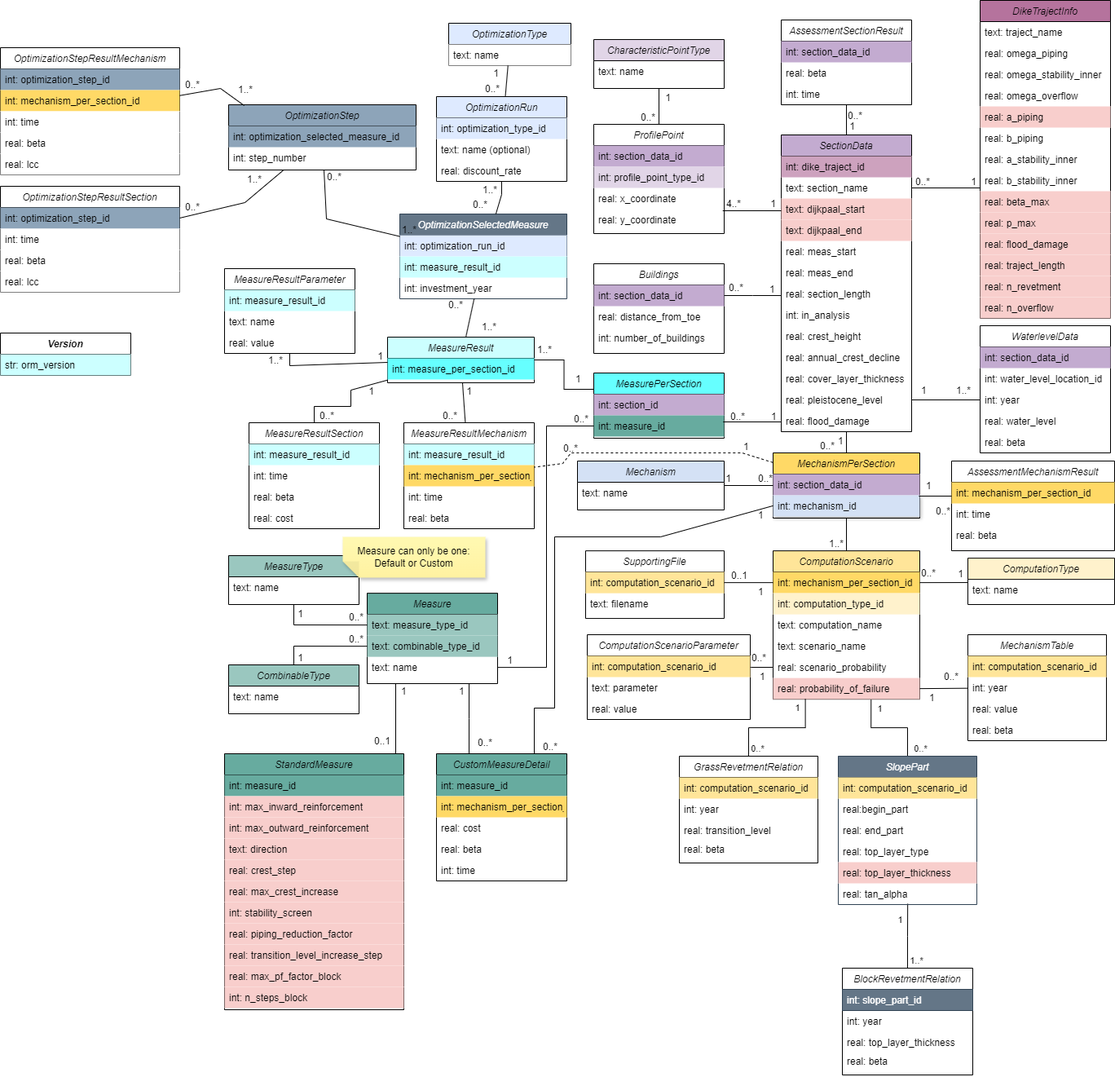
Earlier version of the draw.io export docs/db_diagram/vrtool_sql_input.drawio.png (Deltares/Veiligheidsrendement). Source tidied: cells renumbered, new cells last; positions are measured from the earlier drawing's top-left corner, leaving out a move shared by most shapes.
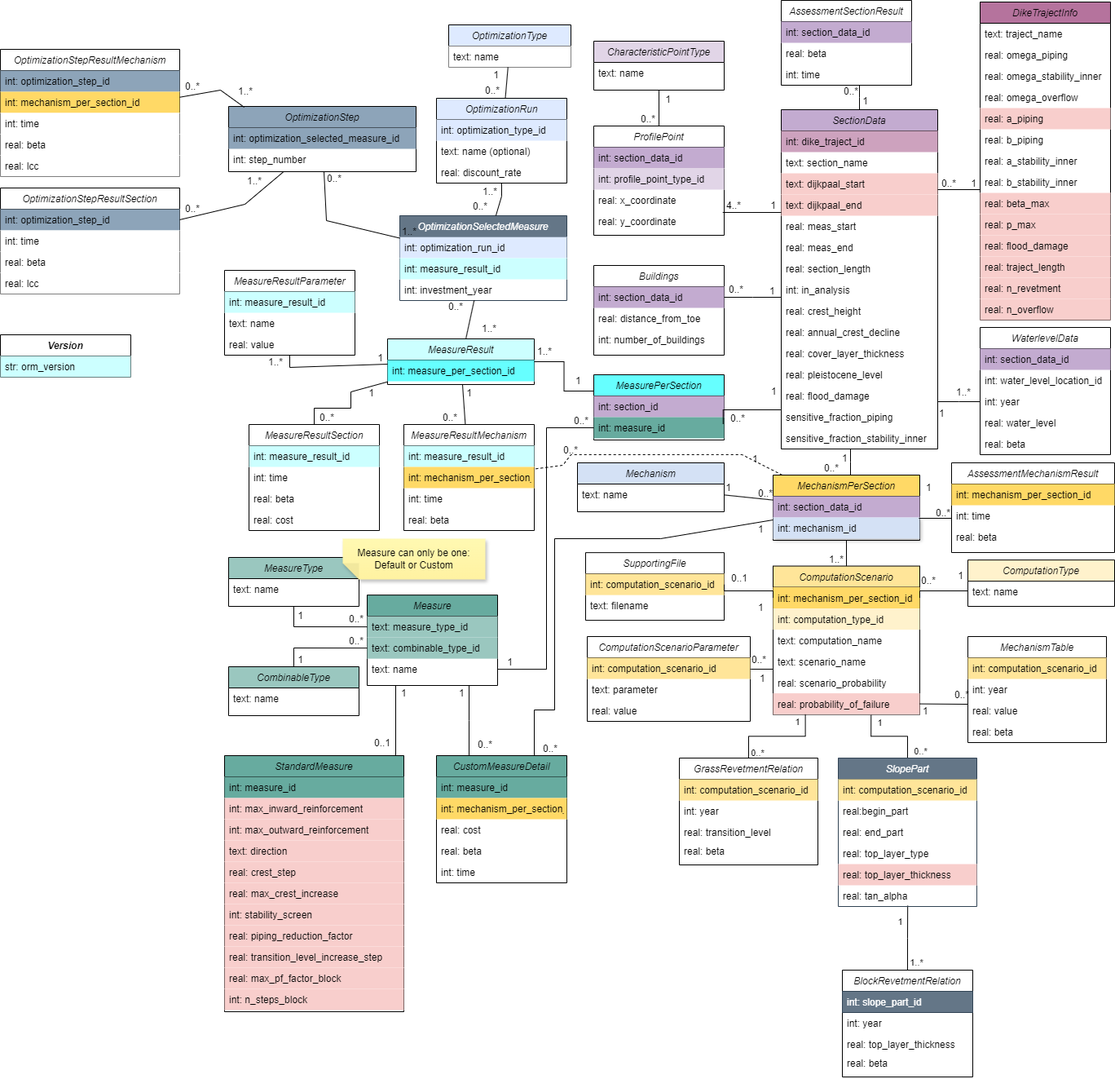
Above is the later version.

Commit message:
docs: updated migrated diagram

Diff of the diagram source:
```diff
@@ -3,47 +3,53 @@
     <mxCell id="0" />
     <mxCell id="1" parent="0" />
     <mxCell id="2" value="SectionData" style="swimlane;fontStyle=2;align=center;verticalAlign=top;horizontal=1;startSize=26;rounded=0;shadow=0;strokeWidth=1;fillColor=#C3ABD0;" parent="1" vertex="1">
-      <mxGeometry x="958" y="165" width="160" height="364" as="geometry" />
+      <mxGeometry x="958" y="132" width="192" height="416" as="geometry" />
     </mxCell>
     <mxCell id="3" value="int: dike_traject_id" style="text;align=left;verticalAlign=top;spacingLeft=4;spacingRight=4;overflow=hidden;fillColor=#CDA2BE;" parent="2" vertex="1">
-      <mxGeometry y="26" width="160" height="26" as="geometry" />
+      <mxGeometry y="26" width="192" height="26" as="geometry" />
     </mxCell>
     <mxCell id="4" value="text: section_name" style="text;align=left;verticalAlign=top;spacingLeft=4;spacingRight=4;overflow=hidden;rounded=0;shadow=0;html=0;" parent="2" vertex="1">
-      <mxGeometry y="52" width="160" height="26" as="geometry" />
+      <mxGeometry y="52" width="192" height="26" as="geometry" />
     </mxCell>
     <mxCell id="5" value="text: dijkpaal_start" style="text;align=left;verticalAlign=top;spacingLeft=4;spacingRight=4;overflow=hidden;rounded=0;shadow=0;html=0;fillColor=#F8CECC;" parent="2" vertex="1">
-      <mxGeometry y="78" width="160" height="26" as="geometry" />
+      <mxGeometry y="78" width="192" height="26" as="geometry" />
     </mxCell>
     <mxCell id="6" value="text: dijkpaal_end" style="text;align=left;verticalAlign=top;spacingLeft=4;spacingRight=4;overflow=hidden;rounded=0;shadow=0;html=0;fillColor=#F8CECC;" parent="2" vertex="1">
-      <mxGeometry y="104" width="160" height="26" as="geometry" />
+      <mxGeometry y="104" width="192" height="26" as="geometry" />
     </mxCell>
     <mxCell id="7" value="real: meas_start" style="text;align=left;verticalAlign=top;spacingLeft=4;spacingRight=4;overflow=hidden;rounded=0;shadow=0;html=0;" parent="2" vertex="1">
-      <mxGeometry y="130" width="160" height="26" as="geometry" />
+      <mxGeometry y="130" width="192" height="26" as="geometry" />
     </mxCell>
     <mxCell id="8" value="real: meas_end" style="text;align=left;verticalAlign=top;spacingLeft=4;spacingRight=4;overflow=hidden;rounded=0;shadow=0;html=0;" parent="2" vertex="1">
-      <mxGeometry y="156" width="160" height="26" as="geometry" />
+      <mxGeometry y="156" width="192" height="26" as="geometry" />
     </mxCell>
     <mxCell id="9" value="real: section_length" style="text;align=left;verticalAlign=top;spacingLeft=4;spacingRight=4;overflow=hidden;rounded=0;shadow=0;html=0;" parent="2" vertex="1">
-      <mxGeometry y="182" width="160" height="26" as="geometry" />
+      <mxGeometry y="182" width="192" height="26" as="geometry" />
     </mxCell>
     <mxCell id="10" value="int: in_analysis" style="text;align=left;verticalAlign=top;spacingLeft=4;spacingRight=4;overflow=hidden;rounded=0;shadow=0;html=0;" parent="2" vertex="1">
-      <mxGeometry y="208" width="160" height="26" as="geometry" />
+      <mxGeometry y="208" width="192" height="26" as="geometry" />
     </mxCell>
     <mxCell id="11" value="real: crest_height" style="text;align=left;verticalAlign=top;spacingLeft=4;spacingRight=4;overflow=hidden;rounded=0;shadow=0;html=0;" parent="2" vertex="1">
-      <mxGeometry y="234" width="160" height="26" as="geometry" />
+      <mxGeometry y="234" width="192" height="26" as="geometry" />
     </mxCell>
     <mxCell id="12" value="real: annual_crest_decline" style="text;align=left;verticalAlign=top;spacingLeft=4;spacingRight=4;overflow=hidden;rounded=0;shadow=0;html=0;" parent="2" vertex="1">
-      <mxGeometry y="260" width="160" height="26" as="geometry" />
+      <mxGeometry y="260" width="192" height="26" as="geometry" />
     </mxCell>
     <mxCell id="13" value="real: cover_layer_thickness" style="text;align=left;verticalAlign=top;spacingLeft=4;spacingRight=4;overflow=hidden;rounded=0;shadow=0;html=0;" parent="2" vertex="1">
-      <mxGeometry y="286" width="160" height="26" as="geometry" />
+      <mxGeometry y="286" width="192" height="26" as="geometry" />
     </mxCell>
     <mxCell id="14" value="real: pleistocene_level" style="text;align=left;verticalAlign=top;spacingLeft=4;spacingRight=4;overflow=hidden;rounded=0;shadow=0;html=0;" parent="2" vertex="1">
-      <mxGeometry y="312" width="160" height="26" as="geometry" />
+      <mxGeometry y="312" width="192" height="26" as="geometry" />
     </mxCell>
     <mxCell id="15" value="real: flood_damage" style="text;align=left;verticalAlign=top;spacingLeft=4;spacingRight=4;overflow=hidden;points=[[0,0.5],[1,0.5]];portConstraint=eastwest;rounded=0;shadow=0;html=0;" parent="2" vertex="1">
-      <mxGeometry y="338" width="160" height="26" as="geometry" />
+      <mxGeometry y="338" width="192" height="26" as="geometry" />
     </mxCell>
+    <mxCell id="276" value="sensitive_fraction_piping" style="text;align=left;verticalAlign=top;spacingLeft=4;spacingRight=4;overflow=hidden;rounded=0;shadow=0;html=0;" parent="2" vertex="1">
+      <mxGeometry y="364" width="192" height="26" as="geometry" />
+    </mxCell>
+    <mxCell id="277" value="sensitive_fraction_stability_inner" style="text;align=left;verticalAlign=top;spacingLeft=4;spacingRight=4;overflow=hidden;rounded=0;shadow=0;html=0;" parent="2" vertex="1">
+      <mxGeometry y="390" width="192" height="26" as="geometry" />
+    </mxCell>
     <mxCell id="16" value="Buildings" style="swimlane;fontStyle=2;align=center;verticalAlign=top;horizontal=1;startSize=26;rounded=0;shadow=0;strokeWidth=1;" parent="1" vertex="1">
       <mxGeometry x="728" y="323" width="160" height="110" as="geometry" />
     </mxCell>
@@ -99,7 +105,7 @@
       <mxGeometry y="104" width="170" height="26" as="geometry" />
     </mxCell>
     <mxCell id="34" value="MechanismPerSection" style="swimlane;fontStyle=2;align=center;verticalAlign=top;horizontal=1;startSize=26;rounded=0;shadow=0;strokeWidth=1;fillColor=#FFD966;" parent="1" vertex="1">
-      <mxGeometry x="948" y="555" width="180" height="80" as="geometry" />
+      <mxGeometry x="948" y="580" width="180" height="80" as="geometry" />
     </mxCell>
     <mxCell id="35" value="int: section_data_id" style="text;align=left;verticalAlign=top;spacingLeft=4;spacingRight=4;overflow=hidden;points=[[0,0.5],[1,0.5]];portConstraint=eastwest;fillColor=#C3ABD0;" parent="34" vertex="1">
       <mxGeometry y="26" width="180" height="26" as="geometry" />
@@ -150,7 +156,7 @@
       <mxGeometry relative="1" as="geometry" />
     </mxCell>
     <mxCell id="51" value="ComputationScenario" style="swimlane;fontStyle=2;align=center;verticalAlign=top;horizontal=1;startSize=26;rounded=0;shadow=0;strokeWidth=1;fillColor=#FFE599;" parent="1" vertex="1">
-      <mxGeometry x="948" y="675.1" width="180" height="182" as="geometry" />
+      <mxGeometry x="948" y="691.6" width="180" height="182" as="geometry" />
     </mxCell>
     <mxCell id="52" value="int: mechanism_per_section_id" style="text;align=left;verticalAlign=top;spacingLeft=4;spacingRight=4;overflow=hidden;points=[[0,0.5],[1,0.5]];portConstraint=eastwest;rounded=0;shadow=0;html=0;fillColor=#FFD966;" parent="51" vertex="1">
       <mxGeometry y="26" width="180" height="26" as="geometry" />
@@ -201,7 +207,7 @@
     </mxCell>
     <mxCell id="65" value="1" style="html=1;whiteSpace=wrap;align=left;verticalAlign=bottom;" parent="64" vertex="1">
       <mxGeometry x="-1" relative="1" as="geometry">
-        <mxPoint x="90" y="-148" as="offset" />
+        <mxPoint x="112" y="-147" as="offset" />
       </mxGeometry>
     </mxCell>
     <mxCell id="66" value="1..*" style="html=1;whiteSpace=wrap;align=right;verticalAlign=bottom;fillColor=none;" parent="64" vertex="1">
@@ -227,17 +233,17 @@
         <mxPoint x="20" as="offset" />
       </mxGeometry>
     </mxCell>
-    <mxCell id="70" style="endArrow=none;html=1;rounded=0;exitX=1;exitY=0.5;exitDx=0;exitDy=0;" parent="1" edge="1" source="57" target="29">
+    <mxCell id="70" style="endArrow=none;html=1;rounded=0;exitX=1;exitY=0.5;exitDx=0;exitDy=0;edgeStyle=elbowEdgeStyle;elbow=vertical;" parent="1" edge="1" source="57" target="29">
       <mxGeometry relative="1" as="geometry" />
     </mxCell>
     <mxCell id="71" value="1" style="html=1;whiteSpace=wrap;align=left;verticalAlign=bottom;" parent="70" vertex="1">
       <mxGeometry x="-1" relative="1" as="geometry">
-        <mxPoint x="10" y="20" as="offset" />
+        <mxPoint x="2" y="17" as="offset" />
       </mxGeometry>
     </mxCell>
     <mxCell id="72" value="0..*" style="html=1;whiteSpace=wrap;align=right;verticalAlign=bottom;" parent="70" vertex="1">
       <mxGeometry x="1" relative="1" as="geometry">
-        <mxPoint x="-10" y="-6" as="offset" />
+        <mxPoint x="3" y="-3" as="offset" />
       </mxGeometry>
     </mxCell>
     <mxCell id="73" value="Mechanism" style="swimlane;fontStyle=2;align=center;verticalAlign=top;horizontal=1;startSize=26;rounded=0;shadow=0;strokeWidth=1;fillColor=#D4E1F5;" parent="1" vertex="1">
@@ -297,12 +303,12 @@
     <mxCell id="87" value="text: name" style="text;align=left;verticalAlign=top;spacingLeft=4;spacingRight=4;overflow=hidden;points=[[0,0.5],[1,0.5]];portConstraint=eastwest;rounded=0;shadow=0;html=0;" parent="86" vertex="1">
       <mxGeometry y="26" width="180" height="26" as="geometry" />
     </mxCell>
-    <mxCell id="88" style="endArrow=none;html=1;rounded=0;exitX=1;exitY=0.5;exitDx=0;exitDy=0;entryX=0;entryY=0.15;entryDx=0;entryDy=0;entryPerimeter=0;" parent="1" edge="1" source="52" target="87">
+    <mxCell id="88" style="endArrow=none;html=1;rounded=0;exitX=1;exitY=0.5;exitDx=0;exitDy=0;entryX=0;entryY=0.15;entryDx=0;entryDy=0;entryPerimeter=0;edgeStyle=elbowEdgeStyle;elbow=vertical;" parent="1" edge="1" source="52" target="87">
       <mxGeometry relative="1" as="geometry" />
     </mxCell>
     <mxCell id="89" value="0..*" style="html=1;whiteSpace=wrap;align=left;verticalAlign=bottom;" parent="88" vertex="1">
       <mxGeometry x="-1" relative="1" as="geometry">
-        <mxPoint y="-3" as="offset" />
+        <mxPoint y="-13" as="offset" />
       </mxGeometry>
     </mxCell>
     <mxCell id="90" value="1" style="html=1;whiteSpace=wrap;align=right;verticalAlign=bottom;" parent="88" vertex="1">
@@ -310,7 +316,7 @@
         <mxPoint x="-4" y="-2" as="offset" />
       </mxGeometry>
     </mxCell>
-    <mxCell id="91" style="endArrow=none;html=1;rounded=0;" parent="1" edge="1" source="2" target="34">
+    <mxCell id="91" style="endArrow=none;html=1;rounded=0;edgeStyle=elbowEdgeStyle;" parent="1" edge="1" source="2" target="34">
       <mxGeometry relative="1" as="geometry" />
     </mxCell>
     <mxCell id="92" value="1" style="html=1;whiteSpace=wrap;align=left;verticalAlign=bottom;" parent="91" vertex="1">
@@ -539,7 +545,7 @@
     <mxCell id="152" value="text: filename" style="text;align=left;verticalAlign=top;spacingLeft=4;spacingRight=4;overflow=hidden;rounded=0;shadow=0;html=0;" parent="150" vertex="1">
       <mxGeometry y="52" width="170" height="26" as="geometry" />
     </mxCell>
-    <mxCell id="153" style="endArrow=none;html=1;rounded=0;entryX=1;entryY=0.5;entryDx=0;entryDy=0;exitX=0;exitY=0.5;exitDx=0;exitDy=0;" parent="1" edge="1" source="52" target="151">
+    <mxCell id="153" style="endArrow=none;html=1;rounded=0;entryX=1;entryY=0.5;entryDx=0;entryDy=0;exitX=0;exitY=0.5;exitDx=0;exitDy=0;edgeStyle=elbowEdgeStyle;elbow=vertical;" parent="1" edge="1" source="52" target="151">
       <mxGeometry relative="1" as="geometry" />
     </mxCell>
     <mxCell id="154" value="1" style="html=1;whiteSpace=wrap;align=left;verticalAlign=bottom;" parent="153" vertex="1">
@@ -642,10 +648,8 @@
     <mxCell id="181" value="real: beta" style="text;align=left;verticalAlign=top;spacingLeft=4;spacingRight=4;overflow=hidden;rounded=0;shadow=0;html=0;" parent="177" vertex="1">
       <mxGeometry y="101" width="170" height="29" as="geometry" />
     </mxCell>
-    <mxCell id="182" style="jettySize=auto;html=1;rounded=0;entryX=0;entryY=0.5;entryDx=0;entryDy=0;strokeColor=default;endArrow=none;endFill=0;" parent="1" edge="1" target="43">
-      <mxGeometry relative="1" as="geometry">
-        <mxPoint x="1118" y="490" as="sourcePoint" />
-      </mxGeometry>
+    <mxCell id="182" style="jettySize=auto;html=1;rounded=0;entryX=0;entryY=0.5;entryDx=0;entryDy=0;strokeColor=default;endArrow=none;endFill=0;edgeStyle=elbowEdgeStyle;elbow=vertical;" parent="1" edge="1" source="2" target="43">
+      <mxGeometry relative="1" as="geometry" />
     </mxCell>
     <mxCell id="183" value="1..*" style="html=1;whiteSpace=wrap;align=right;verticalAlign=bottom;fillColor=none;" parent="1" vertex="1">
       <mxGeometry x="1192" y="487" as="geometry" />
@@ -670,7 +674,7 @@
       </mxGeometry>
     </mxCell>
     <mxCell id="187" value="AssessmentSectionResult" style="swimlane;fontStyle=2;align=center;verticalAlign=top;horizontal=1;startSize=26;rounded=0;shadow=0;strokeWidth=1;" parent="1" vertex="1">
-      <mxGeometry x="958" y="24" width="160" height="104" as="geometry" />
+      <mxGeometry x="958" y="-2" width="160" height="104" as="geometry" />
     </mxCell>
     <mxCell id="188" value="int: section_data_id" style="text;align=left;verticalAlign=top;spacingLeft=4;spacingRight=4;overflow=hidden;fillColor=#C3ABD0;" parent="187" vertex="1">
       <mxGeometry y="26" width="160" height="26" as="geometry" />
@@ -681,7 +685,7 @@
     <mxCell id="190" value="int: time" style="text;align=left;verticalAlign=top;spacingLeft=4;spacingRight=4;overflow=hidden;rounded=0;shadow=0;html=0;" parent="187" vertex="1">
       <mxGeometry y="78" width="160" height="26" as="geometry" />
     </mxCell>
-    <mxCell id="191" style="endArrow=none;html=1;rounded=0;entryX=0.5;entryY=0;entryDx=0;entryDy=0;" parent="1" edge="1" source="187" target="2">
+    <mxCell id="191" style="endArrow=none;html=1;rounded=0;entryX=0.5;entryY=0;entryDx=0;entryDy=0;edgeStyle=elbowEdgeStyle;" parent="1" edge="1" source="187" target="2">
       <mxGeometry relative="1" as="geometry" />
     </mxCell>
     <mxCell id="192" value="1" style="html=1;whiteSpace=wrap;align=right;verticalAlign=bottom;direction=south;" parent="191" vertex="1">
@@ -710,7 +714,7 @@
       </mxGeometry>
     </mxCell>
     <mxCell id="199" value="0..*" style="html=1;whiteSpace=wrap;align=left;verticalAlign=bottom;" parent="1" vertex="1">
-      <mxGeometry x="1038" y="150" as="geometry" />
+      <mxGeometry x="1033" y="118" as="geometry" />
     </mxCell>
     <mxCell id="200" value="0..*" style="html=1;whiteSpace=wrap;align=left;verticalAlign=bottom;" parent="1" vertex="1">
       <mxGeometry x="1000" y="188" as="geometry">
```
